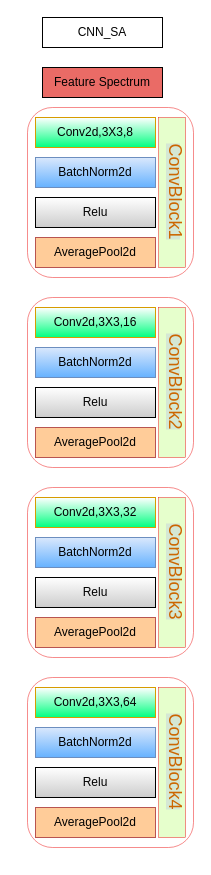
Before: 模型框图.drawio in lhwjsj/Diagram, a draw.io diagram. Source tidied: cells renumbered, new cells numbered last; positions are measured from the earlier drawing's top-left corner, leaving out a move shared by most shapes. Both pictures are drawn from the tidied source at 100%, with x=0, y=0 at pixel (27, 17).
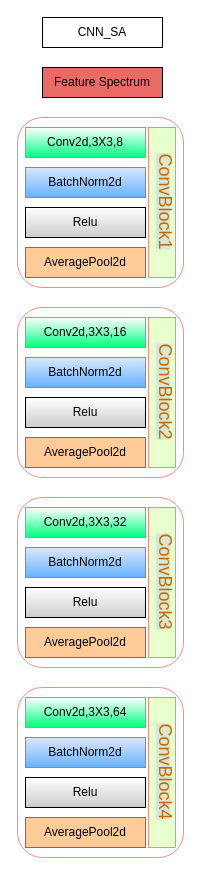
Above is the later version.

Commit message (it also covers changes not shown here):
更新模型框图.drawio

The edit, as a diff of the source:
```diff
@@
+    <mxCell id="4" value="Feature Spectrum" style="rounded=0;whiteSpace=wrap;html=1;fillColor=#EA6B66;" parent="1" vertex="1">
+      <mxGeometry x="15" y="50" width="120" height="30" as="geometry" />
+    </mxCell>
+    <mxCell id="32" style="group;" parent="1" vertex="1">
+      <mxGeometry x="-10" y="100" width="170" height="170" as="geometry" />
+    </mxCell>
-    <mxCell id="3" style="rounded=1;whiteSpace=wrap;html=1;fillColor=none;strokeWidth=0.5;strokeColor=#ec1818;" parent="1" vertex="1">
-      <mxGeometry y="90" width="166" height="170" as="geometry" />
+    <mxCell id="3" style="rounded=1;whiteSpace=wrap;html=1;fillColor=none;strokeWidth=0.5;strokeColor=#ec1818;" parent="32" vertex="1">
+      <mxGeometry width="166" height="170" as="geometry" />
     </mxCell>
-    <mxCell id="4" value="Feature Spectrum" style="rounded=0;whiteSpace=wrap;html=1;fillColor=#EA6B66;" parent="1" vertex="1">
-      <mxGeometry x="15" y="50" width="120" height="30" as="geometry" />
-    </mxCell>
-    <mxCell id="5" value="Conv2d,3X3,8" style="rounded=0;whiteSpace=wrap;html=1;fillColor=default;strokeColor=#d79b00;gradientColor=#00FF80;" parent="1" vertex="1">
-      <mxGeometry x="8" y="100" width="120" height="30" as="geometry" />
+    <mxCell id="5" value="Conv2d,3X3,8" style="rounded=0;whiteSpace=wrap;html=1;fillColor=default;strokeColor=#d79b00;gradientColor=#00FF80;" parent="32" vertex="1">
+      <mxGeometry x="8" y="10" width="120" height="30" as="geometry" />
     </mxCell>
-    <mxCell id="6" value="BatchNorm2d" style="rounded=0;whiteSpace=wrap;html=1;fillColor=#dae8fc;strokeColor=#6c8ebf;gradientColor=#66B2FF;" parent="1" vertex="1">
-      <mxGeometry x="8" y="140" width="120" height="30" as="geometry" />
+    <mxCell id="6" value="BatchNorm2d" style="rounded=0;whiteSpace=wrap;html=1;fillColor=#dae8fc;strokeColor=#6c8ebf;gradientColor=#66B2FF;" parent="32" vertex="1">
+      <mxGeometry x="8" y="50" width="120" height="30" as="geometry" />
     </mxCell>
-    <mxCell id="7" value="Relu" style="rounded=0;whiteSpace=wrap;html=1;gradientColor=#CCCCCC;" parent="1" vertex="1">
-      <mxGeometry x="8" y="180" width="120" height="30" as="geometry" />
+    <mxCell id="7" value="Relu" style="rounded=0;whiteSpace=wrap;html=1;gradientColor=#CCCCCC;" parent="32" vertex="1">
+      <mxGeometry x="8" y="90" width="120" height="30" as="geometry" />
     </mxCell>
-    <mxCell id="8" value="AveragePool2d" style="rounded=0;whiteSpace=wrap;html=1;fillColor=#FFCC99;strokeColor=#b85450;" parent="1" vertex="1">
-      <mxGeometry x="8" y="220" width="120" height="30" as="geometry" />
+    <mxCell id="8" value="AveragePool2d" style="rounded=0;whiteSpace=wrap;html=1;fillColor=#FFCC99;strokeColor=#b85450;" parent="32" vertex="1">
+      <mxGeometry x="8" y="130" width="120" height="30" as="geometry" />
     </mxCell>
-    <mxCell id="9" style="rounded=0;whiteSpace=wrap;html=1;fillColor=#E6FFCC;strokeColor=#eb1e1e;strokeWidth=0.5;" parent="1" vertex="1">
-      <mxGeometry x="131" y="100" width="27" height="150" as="geometry" />
+    <mxCell id="9" style="rounded=0;whiteSpace=wrap;html=1;fillColor=#E6FFCC;strokeColor=#eb1e1e;strokeWidth=0.5;" parent="32" vertex="1">
+      <mxGeometry x="131" y="10" width="27" height="150" as="geometry" />
     </mxCell>
-    <mxCell id="10" value="&lt;span style=&quot;background-color: rgb(213, 232, 212);&quot;&gt;&lt;font style=&quot;font-size: 18px;&quot;&gt;ConvBlock1&lt;/font&gt;&lt;/span&gt;" style="text;html=1;align=center;verticalAlign=middle;whiteSpace=wrap;rounded=0;fontColor=#CC6600;horizontal=0;rotation=-180;" parent="1" vertex="1">
-      <mxGeometry x="137.5" y="113" width="21.5" height="121.5" as="geometry" />
+    <mxCell id="10" value="&lt;span style=&quot;background-color: rgb(213, 232, 212);&quot;&gt;&lt;font style=&quot;font-size: 18px;&quot;&gt;ConvBlock1&lt;/font&gt;&lt;/span&gt;" style="text;html=1;align=center;verticalAlign=middle;whiteSpace=wrap;rounded=0;fontColor=#CC6600;horizontal=0;rotation=-180;" parent="32" vertex="1">
+      <mxGeometry x="137.5" y="23" width="21.5" height="121.5" as="geometry" />
     </mxCell>
+    <mxCell id="33" style="group;" parent="1" vertex="1">
+      <mxGeometry x="-10" y="290" width="170" height="170" as="geometry" />
+    </mxCell>
-    <mxCell id="11" style="rounded=1;whiteSpace=wrap;html=1;fillColor=none;strokeWidth=0.5;strokeColor=#ec1818;" parent="1" vertex="1">
-      <mxGeometry y="280" width="166" height="170" as="geometry" />
+    <mxCell id="11" style="rounded=1;whiteSpace=wrap;html=1;fillColor=none;strokeWidth=0.5;strokeColor=#ec1818;" parent="33" vertex="1">
+      <mxGeometry width="166" height="170" as="geometry" />
     </mxCell>
-    <mxCell id="12" value="Conv2d,3X3,16" style="rounded=0;whiteSpace=wrap;html=1;fillColor=default;strokeColor=#d79b00;gradientColor=#00FF80;" parent="1" vertex="1">
-      <mxGeometry x="8" y="290" width="120" height="30" as="geometry" />
+    <mxCell id="12" value="Conv2d,3X3,16" style="rounded=0;whiteSpace=wrap;html=1;fillColor=default;strokeColor=#d79b00;gradientColor=#00FF80;" parent="33" vertex="1">
+      <mxGeometry x="8" y="10" width="120" height="30" as="geometry" />
     </mxCell>
-    <mxCell id="13" value="BatchNorm2d" style="rounded=0;whiteSpace=wrap;html=1;fillColor=#dae8fc;strokeColor=#6c8ebf;gradientColor=#66B2FF;" parent="1" vertex="1">
-      <mxGeometry x="8" y="330" width="120" height="30" as="geometry" />
+    <mxCell id="13" value="BatchNorm2d" style="rounded=0;whiteSpace=wrap;html=1;fillColor=#dae8fc;strokeColor=#6c8ebf;gradientColor=#66B2FF;" parent="33" vertex="1">
+      <mxGeometry x="8" y="50" width="120" height="30" as="geometry" />
     </mxCell>
-    <mxCell id="14" value="Relu" style="rounded=0;whiteSpace=wrap;html=1;gradientColor=#CCCCCC;" parent="1" vertex="1">
-      <mxGeometry x="8" y="370" width="120" height="30" as="geometry" />
+    <mxCell id="14" value="Relu" style="rounded=0;whiteSpace=wrap;html=1;gradientColor=#CCCCCC;" parent="33" vertex="1">
+      <mxGeometry x="8" y="90" width="120" height="30" as="geometry" />
     </mxCell>
-    <mxCell id="15" value="AveragePool2d" style="rounded=0;whiteSpace=wrap;html=1;fillColor=#FFCC99;strokeColor=#b85450;" parent="1" vertex="1">
-      <mxGeometry x="8" y="410" width="120" height="30" as="geometry" />
+    <mxCell id="15" value="AveragePool2d" style="rounded=0;whiteSpace=wrap;html=1;fillColor=#FFCC99;strokeColor=#b85450;" parent="33" vertex="1">
+      <mxGeometry x="8" y="130" width="120" height="30" as="geometry" />
     </mxCell>
-    <mxCell id="16" style="rounded=0;whiteSpace=wrap;html=1;fillColor=#E6FFCC;strokeColor=#eb1e1e;strokeWidth=0.5;" parent="1" vertex="1">
-      <mxGeometry x="131" y="290" width="27" height="150" as="geometry" />
+    <mxCell id="16" style="rounded=0;whiteSpace=wrap;html=1;fillColor=#E6FFCC;strokeColor=#eb1e1e;strokeWidth=0.5;" parent="33" vertex="1">
+      <mxGeometry x="131" y="10" width="27" height="150" as="geometry" />
     </mxCell>
-    <mxCell id="17" value="&lt;span style=&quot;background-color: rgb(213, 232, 212);&quot;&gt;&lt;font style=&quot;font-size: 18px;&quot;&gt;ConvBlock2&lt;br&gt;&lt;/font&gt;&lt;/span&gt;" style="text;html=1;align=center;verticalAlign=middle;whiteSpace=wrap;rounded=0;fontColor=#CC6600;horizontal=0;rotation=-180;" parent="1" vertex="1">
-      <mxGeometry x="137.5" y="303" width="21.5" height="121.5" as="geometry" />
+    <mxCell id="17" value="&lt;span style=&quot;background-color: rgb(213, 232, 212);&quot;&gt;&lt;font style=&quot;font-size: 18px;&quot;&gt;ConvBlock2&lt;br&gt;&lt;/font&gt;&lt;/span&gt;" style="text;html=1;align=center;verticalAlign=middle;whiteSpace=wrap;rounded=0;fontColor=#CC6600;horizontal=0;rotation=-180;" parent="33" vertex="1">
+      <mxGeometry x="137.5" y="23" width="21.5" height="121.5" as="geometry" />
     </mxCell>
+    <mxCell id="34" style="group;" parent="1" vertex="1">
+      <mxGeometry x="-10" y="480" width="170" height="170" as="geometry" />
+    </mxCell>
-    <mxCell id="18" style="rounded=1;whiteSpace=wrap;html=1;fillColor=none;strokeWidth=0.5;strokeColor=#ec1818;" parent="1" vertex="1">
-      <mxGeometry y="470" width="166" height="170" as="geometry" />
+    <mxCell id="18" style="rounded=1;whiteSpace=wrap;html=1;fillColor=none;strokeWidth=0.5;strokeColor=#ec1818;" parent="34" vertex="1">
+      <mxGeometry width="166" height="170" as="geometry" />
     </mxCell>
-    <mxCell id="19" value="Conv2d,3X3,32" style="rounded=0;whiteSpace=wrap;html=1;fillColor=default;strokeColor=#d79b00;gradientColor=#00FF80;" parent="1" vertex="1">
-      <mxGeometry x="8" y="480" width="120" height="30" as="geometry" />
+    <mxCell id="19" value="Conv2d,3X3,32" style="rounded=0;whiteSpace=wrap;html=1;fillColor=default;strokeColor=#d79b00;gradientColor=#00FF80;" parent="34" vertex="1">
+      <mxGeometry x="8" y="10" width="120" height="30" as="geometry" />
     </mxCell>
-    <mxCell id="20" value="BatchNorm2d" style="rounded=0;whiteSpace=wrap;html=1;fillColor=#dae8fc;strokeColor=#6c8ebf;gradientColor=#66B2FF;" parent="1" vertex="1">
-      <mxGeometry x="8" y="520" width="120" height="30" as="geometry" />
+    <mxCell id="20" value="BatchNorm2d" style="rounded=0;whiteSpace=wrap;html=1;fillColor=#dae8fc;strokeColor=#6c8ebf;gradientColor=#66B2FF;" parent="34" vertex="1">
+      <mxGeometry x="8" y="50" width="120" height="30" as="geometry" />
     </mxCell>
-    <mxCell id="21" value="Relu" style="rounded=0;whiteSpace=wrap;html=1;gradientColor=#CCCCCC;" parent="1" vertex="1">
-      <mxGeometry x="8" y="560" width="120" height="30" as="geometry" />
+    <mxCell id="21" value="Relu" style="rounded=0;whiteSpace=wrap;html=1;gradientColor=#CCCCCC;" parent="34" vertex="1">
+      <mxGeometry x="8" y="90" width="120" height="30" as="geometry" />
     </mxCell>
-    <mxCell id="22" value="AveragePool2d" style="rounded=0;whiteSpace=wrap;html=1;fillColor=#FFCC99;strokeColor=#b85450;" parent="1" vertex="1">
-      <mxGeometry x="8" y="600" width="120" height="30" as="geometry" />
+    <mxCell id="22" value="AveragePool2d" style="rounded=0;whiteSpace=wrap;html=1;fillColor=#FFCC99;strokeColor=#b85450;" parent="34" vertex="1">
+      <mxGeometry x="8" y="130" width="120" height="30" as="geometry" />
     </mxCell>
-    <mxCell id="23" style="rounded=0;whiteSpace=wrap;html=1;fillColor=#E6FFCC;strokeColor=#eb1e1e;strokeWidth=0.5;" parent="1" vertex="1">
-      <mxGeometry x="131" y="480" width="27" height="150" as="geometry" />
+    <mxCell id="23" style="rounded=0;whiteSpace=wrap;html=1;fillColor=#E6FFCC;strokeColor=#eb1e1e;strokeWidth=0.5;" parent="34" vertex="1">
+      <mxGeometry x="131" y="10" width="27" height="150" as="geometry" />
     </mxCell>
-    <mxCell id="24" value="&lt;span style=&quot;background-color: rgb(213, 232, 212);&quot;&gt;&lt;font style=&quot;font-size: 18px;&quot;&gt;ConvBlock3&lt;br&gt;&lt;/font&gt;&lt;/span&gt;" style="text;html=1;align=center;verticalAlign=middle;whiteSpace=wrap;rounded=0;fontColor=#CC6600;horizontal=0;rotation=-180;" parent="1" vertex="1">
-      <mxGeometry x="137.5" y="493" width="21.5" height="121.5" as="geometry" />
+    <mxCell id="24" value="&lt;span style=&quot;background-color: rgb(213, 232, 212);&quot;&gt;&lt;font style=&quot;font-size: 18px;&quot;&gt;ConvBlock3&lt;br&gt;&lt;/font&gt;&lt;/span&gt;" style="text;html=1;align=center;verticalAlign=middle;whiteSpace=wrap;rounded=0;fontColor=#CC6600;horizontal=0;rotation=-180;" parent="34" vertex="1">
+      <mxGeometry x="137.5" y="23" width="21.5" height="121.5" as="geometry" />
     </mxCell>
+    <mxCell id="35" style="group;" parent="1" vertex="1">
+      <mxGeometry x="-10" y="670" width="170" height="170" as="geometry" />
+    </mxCell>
-    <mxCell id="25" style="rounded=1;whiteSpace=wrap;html=1;fillColor=none;strokeWidth=0.5;strokeColor=#ec1818;" parent="1" vertex="1">
-      <mxGeometry y="660" width="166" height="170" as="geometry" />
+    <mxCell id="25" style="rounded=1;whiteSpace=wrap;html=1;fillColor=none;strokeWidth=0.5;strokeColor=#ec1818;" parent="35" vertex="1">
+      <mxGeometry width="166" height="170" as="geometry" />
     </mxCell>
-    <mxCell id="26" value="Conv2d,3X3,64" style="rounded=0;whiteSpace=wrap;html=1;fillColor=default;strokeColor=#d79b00;gradientColor=#00FF80;" parent="1" vertex="1">
-      <mxGeometry x="8" y="670" width="120" height="30" as="geometry" />
+    <mxCell id="26" value="Conv2d,3X3,64" style="rounded=0;whiteSpace=wrap;html=1;fillColor=default;strokeColor=#d79b00;gradientColor=#00FF80;" parent="35" vertex="1">
+      <mxGeometry x="8" y="10" width="120" height="30" as="geometry" />
     </mxCell>
-    <mxCell id="27" value="BatchNorm2d" style="rounded=0;whiteSpace=wrap;html=1;fillColor=#dae8fc;strokeColor=#6c8ebf;gradientColor=#66B2FF;" parent="1" vertex="1">
-      <mxGeometry x="8" y="710" width="120" height="30" as="geometry" />
+    <mxCell id="27" value="BatchNorm2d" style="rounded=0;whiteSpace=wrap;html=1;fillColor=#dae8fc;strokeColor=#6c8ebf;gradientColor=#66B2FF;" parent="35" vertex="1">
+      <mxGeometry x="8" y="50" width="120" height="30" as="geometry" />
     </mxCell>
-    <mxCell id="28" value="Relu" style="rounded=0;whiteSpace=wrap;html=1;gradientColor=#CCCCCC;" parent="1" vertex="1">
-      <mxGeometry x="8" y="750" width="120" height="30" as="geometry" />
+    <mxCell id="28" value="Relu" style="rounded=0;whiteSpace=wrap;html=1;gradientColor=#CCCCCC;" parent="35" vertex="1">
+      <mxGeometry x="8" y="90" width="120" height="30" as="geometry" />
     </mxCell>
-    <mxCell id="29" value="AveragePool2d" style="rounded=0;whiteSpace=wrap;html=1;fillColor=#FFCC99;strokeColor=#b85450;" parent="1" vertex="1">
-      <mxGeometry x="8" y="790" width="120" height="30" as="geometry" />
+    <mxCell id="29" value="AveragePool2d" style="rounded=0;whiteSpace=wrap;html=1;fillColor=#FFCC99;strokeColor=#b85450;" parent="35" vertex="1">
+      <mxGeometry x="8" y="130" width="120" height="30" as="geometry" />
     </mxCell>
-    <mxCell id="30" style="rounded=0;whiteSpace=wrap;html=1;fillColor=#E6FFCC;strokeColor=#eb1e1e;strokeWidth=0.5;" parent="1" vertex="1">
-      <mxGeometry x="131" y="670" width="27" height="150" as="geometry" />
+    <mxCell id="30" style="rounded=0;whiteSpace=wrap;html=1;fillColor=#E6FFCC;strokeColor=#eb1e1e;strokeWidth=0.5;" parent="35" vertex="1">
+      <mxGeometry x="131" y="10" width="27" height="150" as="geometry" />
     </mxCell>
-    <mxCell id="31" value="&lt;span style=&quot;background-color: rgb(213, 232, 212);&quot;&gt;&lt;font style=&quot;font-size: 18px;&quot;&gt;ConvBlock4&lt;br&gt;&lt;/font&gt;&lt;/span&gt;" style="text;html=1;align=center;verticalAlign=middle;whiteSpace=wrap;rounded=0;fontColor=#CC6600;horizontal=0;rotation=-180;" parent="1" vertex="1">
-      <mxGeometry x="137.5" y="683" width="21.5" height="121.5" as="geometry" />
+    <mxCell id="31" value="&lt;span style=&quot;background-color: rgb(213, 232, 212);&quot;&gt;&lt;font style=&quot;font-size: 18px;&quot;&gt;ConvBlock4&lt;br&gt;&lt;/font&gt;&lt;/span&gt;" style="text;html=1;align=center;verticalAlign=middle;whiteSpace=wrap;rounded=0;fontColor=#CC6600;horizontal=0;rotation=-180;" parent="35" vertex="1">
+      <mxGeometry x="137.5" y="23" width="21.5" height="121.5" as="geometry" />
     </mxCell>
```
